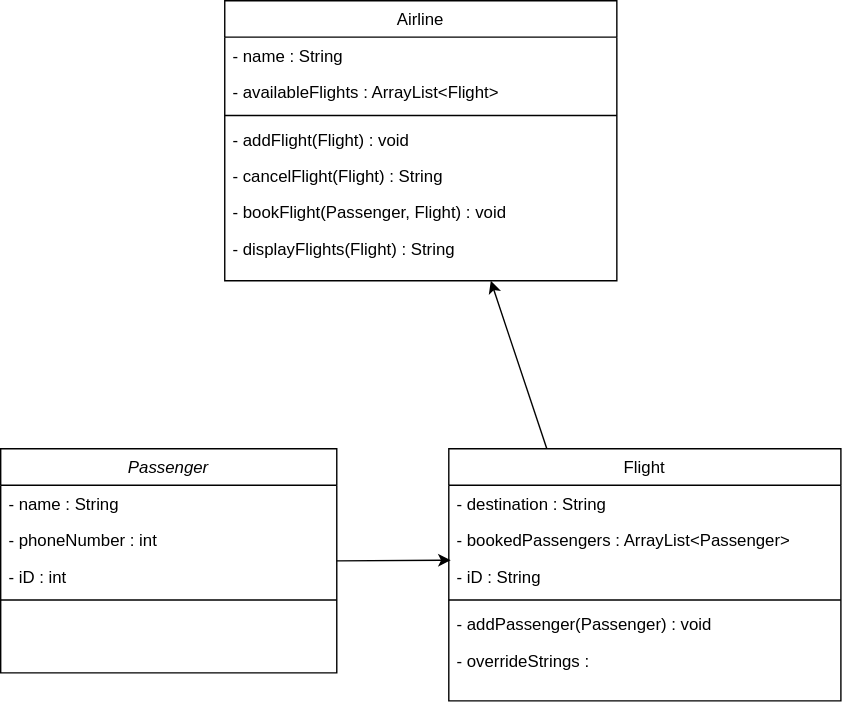
Earlier version of the draw.io export AirlineUML.svg (bendesousa/airline_cli_lab). Source tidied: cells renumbered, new cells last; positions are measured from the earlier drawing's top-left corner, leaving out a move shared by most shapes.
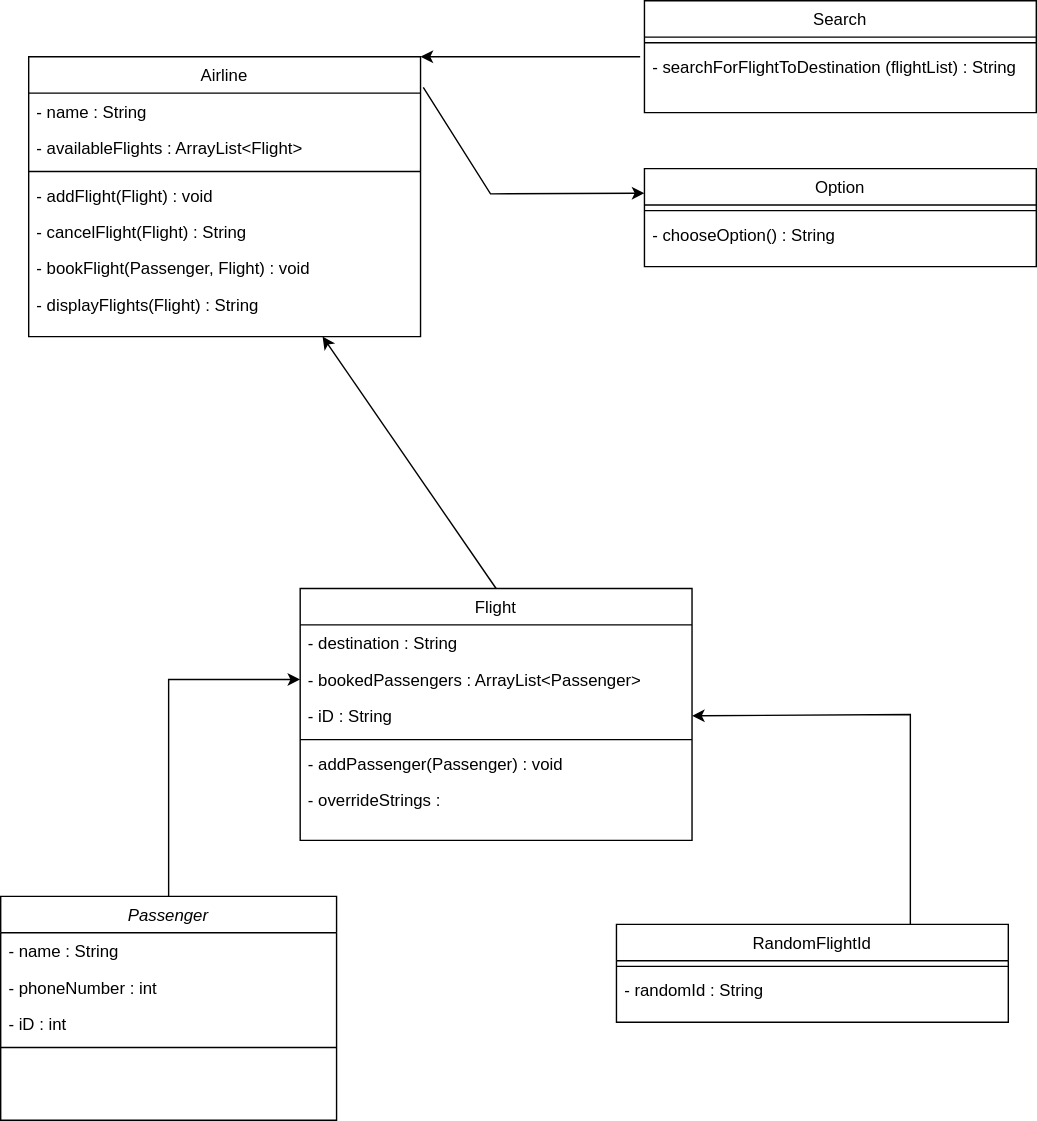
After the change.

The edit, as a diff of the source:
```diff
@@ -3,7 +3,7 @@
     <mxCell id="0" />
     <mxCell id="1" parent="0" />
     <mxCell id="2" value="Passenger" style="swimlane;fontStyle=2;align=center;verticalAlign=top;horizontal=1;startSize=26;rounded=0;shadow=0;strokeWidth=1;" parent="1" vertex="1">
-      <mxGeometry y="320" width="240" height="160" as="geometry" />
+      <mxGeometry x="-60" y="600" width="240" height="160" as="geometry" />
     </mxCell>
     <mxCell id="3" value="- name : String " style="text;align=left;verticalAlign=top;spacingLeft=4;spacingRight=4;overflow=hidden;" parent="2" vertex="1">
       <mxGeometry y="26" width="240" height="26" as="geometry" />
@@ -18,7 +18,7 @@
       <mxGeometry y="104" width="240" height="8" as="geometry" />
     </mxCell>
     <mxCell id="7" value="Flight" style="swimlane;fontStyle=0;align=center;verticalAlign=top;horizontal=1;startSize=26;rounded=0;shadow=0;strokeWidth=1;" parent="1" vertex="1">
-      <mxGeometry x="320" y="320" width="280" height="180" as="geometry" />
+      <mxGeometry x="154" y="380" width="280" height="180" as="geometry" />
     </mxCell>
     <mxCell id="8" value="- destination : String " style="text;align=left;verticalAlign=top;spacingLeft=4;spacingRight=4;overflow=hidden;" parent="7" vertex="1">
       <mxGeometry y="26" width="280" height="26" as="geometry" />
@@ -39,7 +39,7 @@
       <mxGeometry y="138" width="280" height="26" as="geometry" />
     </mxCell>
     <mxCell id="14" value="Airline" style="swimlane;fontStyle=0;align=center;verticalAlign=top;horizontal=1;startSize=26;rounded=0;shadow=0;strokeWidth=1;" parent="1" vertex="1">
-      <mxGeometry x="160" width="280" height="200" as="geometry" />
+      <mxGeometry x="-40" width="280" height="200" as="geometry" />
     </mxCell>
     <mxCell id="15" value="- name : String" style="text;align=left;verticalAlign=top;spacingLeft=4;spacingRight=4;overflow=hidden;" parent="14" vertex="1">
       <mxGeometry y="26" width="280" height="26" as="geometry" />
@@ -62,16 +62,59 @@
     <mxCell id="21" value="- displayFlights(Flight) : String" style="text;align=left;verticalAlign=top;spacingLeft=4;spacingRight=4;overflow=hidden;" parent="14" vertex="1">
       <mxGeometry y="164" width="280" height="26" as="geometry" />
     </mxCell>
-    <mxCell id="22" style="endArrow=classic;html=1;rounded=0;entryX=0.005;entryY=0.058;entryDx=0;entryDy=0;entryPerimeter=0;" parent="1" edge="1" target="10">
+    <mxCell id="22" style="endArrow=classic;html=1;rounded=0;entryX=0;entryY=0.5;entryDx=0;entryDy=0;exitX=0.5;exitY=0;exitDx=0;exitDy=0;" parent="1" edge="1" source="2" target="9">
       <mxGeometry relative="1" as="geometry">
-        <mxPoint x="240" y="400" as="sourcePoint" />
+        <Array as="points">
+          <mxPoint x="60" y="445" />
+        </Array>
       </mxGeometry>
     </mxCell>
-    <mxCell id="23" style="endArrow=classic;html=1;rounded=0;" parent="1" edge="1">
-      <mxGeometry relative="1" as="geometry">
-        <mxPoint x="390" y="320" as="sourcePoint" />
-        <mxPoint x="350" y="200" as="targetPoint" />
-      </mxGeometry>
+    <mxCell id="23" style="endArrow=classic;html=1;rounded=0;entryX=0.75;entryY=1;entryDx=0;entryDy=0;exitX=0.5;exitY=0;exitDx=0;exitDy=0;" parent="1" edge="1" source="7" target="14">
+      <mxGeometry relative="1" as="geometry" />
     </mxCell>
+    <mxCell id="24" value="Search" style="swimlane;fontStyle=0;align=center;verticalAlign=top;horizontal=1;startSize=26;rounded=0;shadow=0;strokeWidth=1;" parent="1" vertex="1">
+      <mxGeometry x="400" y="-40" width="280" height="80" as="geometry" />
+    </mxCell>
+    <mxCell id="25" style="line;html=1;strokeWidth=1;align=left;verticalAlign=middle;spacingTop=-1;spacingLeft=3;spacingRight=3;labelPosition=right;" parent="24" vertex="1">
+      <mxGeometry y="26" width="280" height="8" as="geometry" />
+    </mxCell>
+    <mxCell id="26" value="- searchForFlightToDestination (flightList) : String" style="text;align=left;verticalAlign=top;spacingLeft=4;spacingRight=4;overflow=hidden;points=[[0,0.5],[1,0.5]];portConstraint=eastwest;" parent="24" vertex="1">
+      <mxGeometry y="34" width="280" height="26" as="geometry" />
+    </mxCell>
+    <mxCell id="27" style="endArrow=classic;html=1;rounded=0;entryX=1;entryY=0;entryDx=0;entryDy=0;exitX=-0.011;exitY=0.231;exitDx=0;exitDy=0;exitPerimeter=0;" parent="1" edge="1" source="26" target="14">
+      <mxGeometry relative="1" as="geometry" />
+    </mxCell>
+    <mxCell id="28" value="Option" style="swimlane;fontStyle=0;align=center;verticalAlign=top;horizontal=1;startSize=26;rounded=0;shadow=0;strokeWidth=1;" parent="1" vertex="1">
+      <mxGeometry x="400" y="80" width="280" height="70" as="geometry" />
+    </mxCell>
+    <mxCell id="29" style="line;html=1;strokeWidth=1;align=left;verticalAlign=middle;spacingTop=-1;spacingLeft=3;spacingRight=3;labelPosition=right;" parent="28" vertex="1">
+      <mxGeometry y="26" width="280" height="8" as="geometry" />
+    </mxCell>
+    <mxCell id="30" value="- chooseOption() : String " style="text;align=left;verticalAlign=top;spacingLeft=4;spacingRight=4;overflow=hidden;" parent="28" vertex="1">
+      <mxGeometry y="34" width="280" height="26" as="geometry" />
+    </mxCell>
+    <mxCell id="31" style="endArrow=classic;html=1;rounded=0;exitX=1.007;exitY=0.11;exitDx=0;exitDy=0;exitPerimeter=0;entryX=0;entryY=0.25;entryDx=0;entryDy=0;" parent="1" edge="1" source="14" target="28">
+      <mxGeometry relative="1" as="geometry">
+        <Array as="points">
+          <mxPoint x="290" y="98" />
+        </Array>
+      </mxGeometry>
+    </mxCell>
+    <mxCell id="32" value="RandomFlightId" style="swimlane;fontStyle=0;align=center;verticalAlign=top;horizontal=1;startSize=26;rounded=0;shadow=0;strokeWidth=1;" parent="1" vertex="1">
+      <mxGeometry x="380" y="620" width="280" height="70" as="geometry" />
+    </mxCell>
+    <mxCell id="33" style="line;html=1;strokeWidth=1;align=left;verticalAlign=middle;spacingTop=-1;spacingLeft=3;spacingRight=3;labelPosition=right;" parent="32" vertex="1">
+      <mxGeometry y="26" width="280" height="8" as="geometry" />
+    </mxCell>
+    <mxCell id="34" value="- randomId : String" style="text;align=left;verticalAlign=top;spacingLeft=4;spacingRight=4;overflow=hidden;" parent="32" vertex="1">
+      <mxGeometry y="34" width="280" height="26" as="geometry" />
+    </mxCell>
+    <mxCell id="35" style="endArrow=classic;html=1;rounded=0;exitX=0.75;exitY=0;exitDx=0;exitDy=0;entryX=1;entryY=0.5;entryDx=0;entryDy=0;" parent="1" edge="1" source="32" target="10">
+      <mxGeometry relative="1" as="geometry">
+        <Array as="points">
+          <mxPoint x="590" y="470" />
+        </Array>
+      </mxGeometry>
+    </mxCell>
   </root>
 </mxGraphModel>
```
